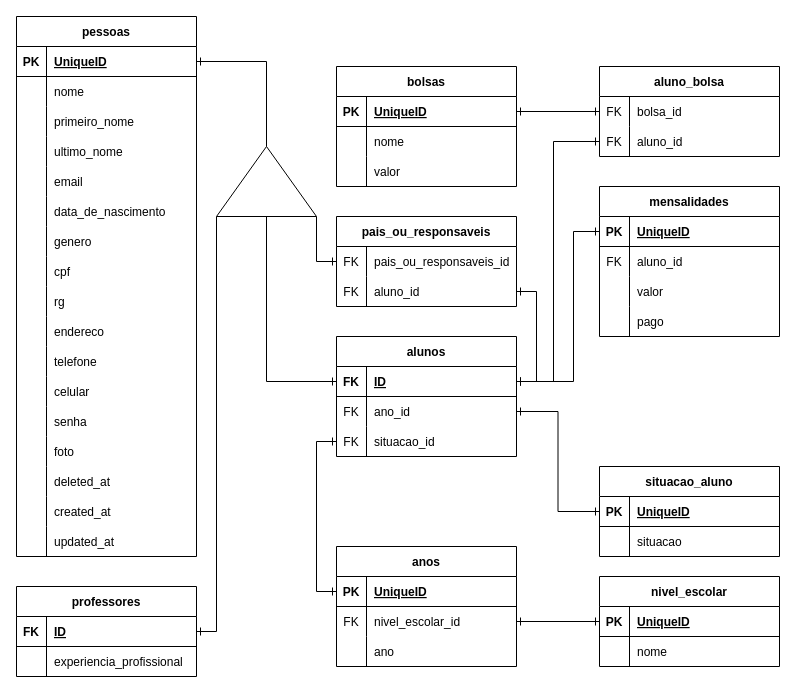
This is diagrama/diagrama_tabela_db_pessoas.drawio from Noboruotao/escola-sugestao-backend, a draw.io file, before an edit. Source tidied: cells renumbered, new cells numbered last; positions are measured from the earlier drawing's top-left corner, leaving out a move shared by most shapes. Both pictures are drawn from the tidied source at 100%, with x=0, y=0 at pixel (16, 16).
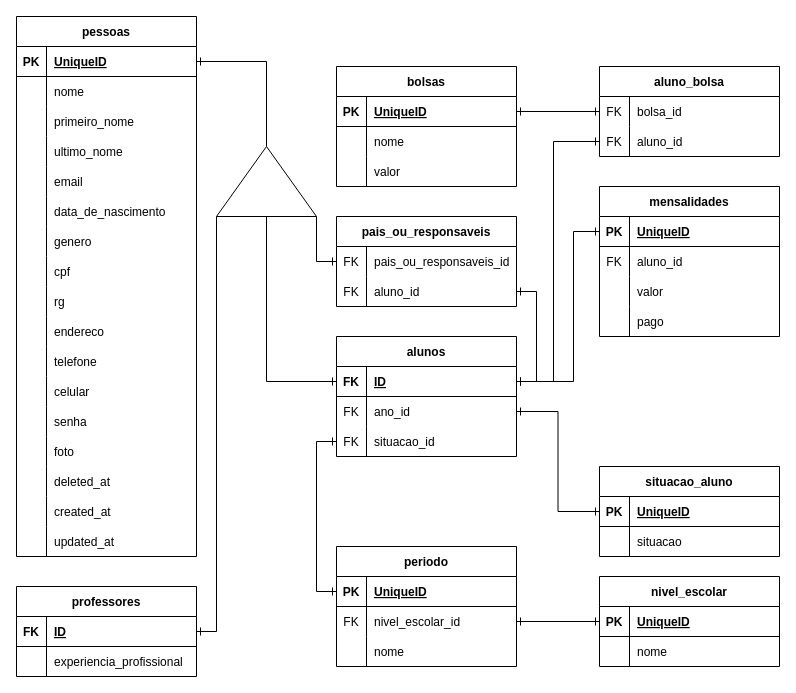
The same diagram, later.

The change refers to these unchanged cells:
```xml
<mxCell id="82" style="shape=tableRow;horizontal=0;startSize=0;swimlaneHead=0;swimlaneBody=0;fillColor=none;top=0;left=0;right=0;bottom=0;" parent="75" vertex="1">
  <mxGeometry y="90" width="180" height="30" as="geometry" />
</mxCell>
```

What changed in the source:
```diff
@@
-    <mxCell id="75" value="anos" style="shape=table;startSize=30;childLayout=tableLayout;rowLines=0;fontStyle=1;align=center;" parent="1" vertex="1">
+    <mxCell id="75" value="periodo" style="shape=table;startSize=30;childLayout=tableLayout;rowLines=0;fontStyle=1;align=center;" parent="1" vertex="1">
       <mxGeometry x="320" y="530" width="180" height="120" as="geometry" />
     </mxCell>
@@
-    <mxCell id="84" value="ano" style="shape=partialRectangle;fillColor=none;top=0;left=0;bottom=0;right=0;align=left;spacingLeft=6;overflow=hidden;" parent="82" vertex="1">
+    <mxCell id="84" value="nome" style="shape=partialRectangle;fillColor=none;top=0;left=0;bottom=0;right=0;align=left;spacingLeft=6;overflow=hidden;" parent="82" vertex="1">
       <mxGeometry x="30" width="150" height="30" as="geometry" />
     </mxCell>
```
